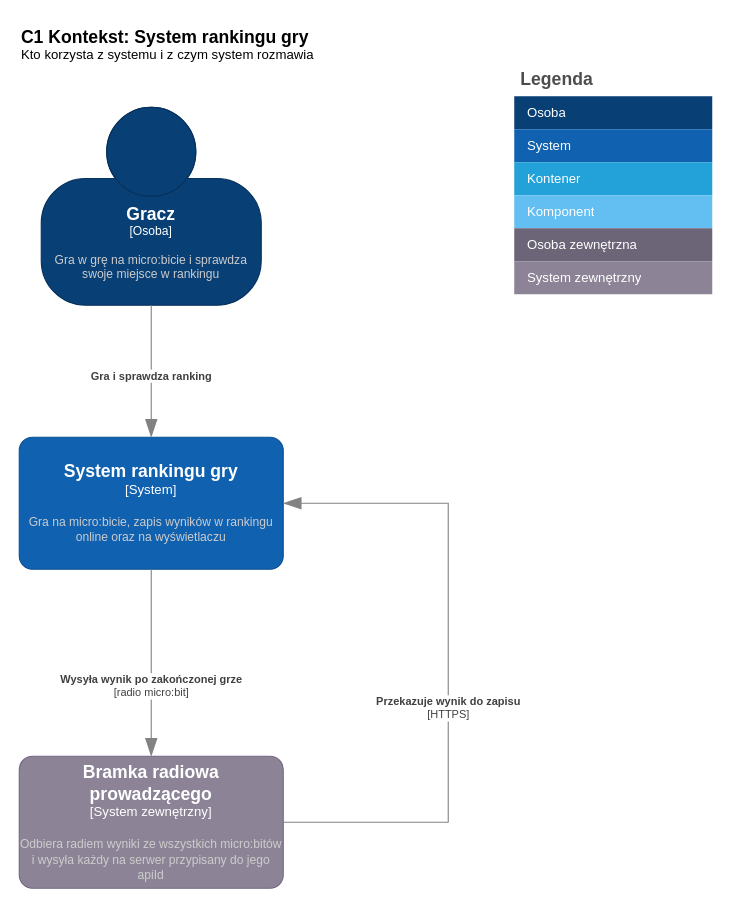
Damikk19/Sem5_JiPP keeps this draw.io diagram as page "C1 Kontekst" (1 of 4) of docs/c4-ranking.drawio. Above is the earlier version. Source tidied: cells renumbered, new cells numbered last; positions are measured from the earlier drawing's top-left corner, leaving out a move shared by most shapes. Both pictures are drawn from the tidied source at 110%, with x=0, y=0 at pixel (19, 19).
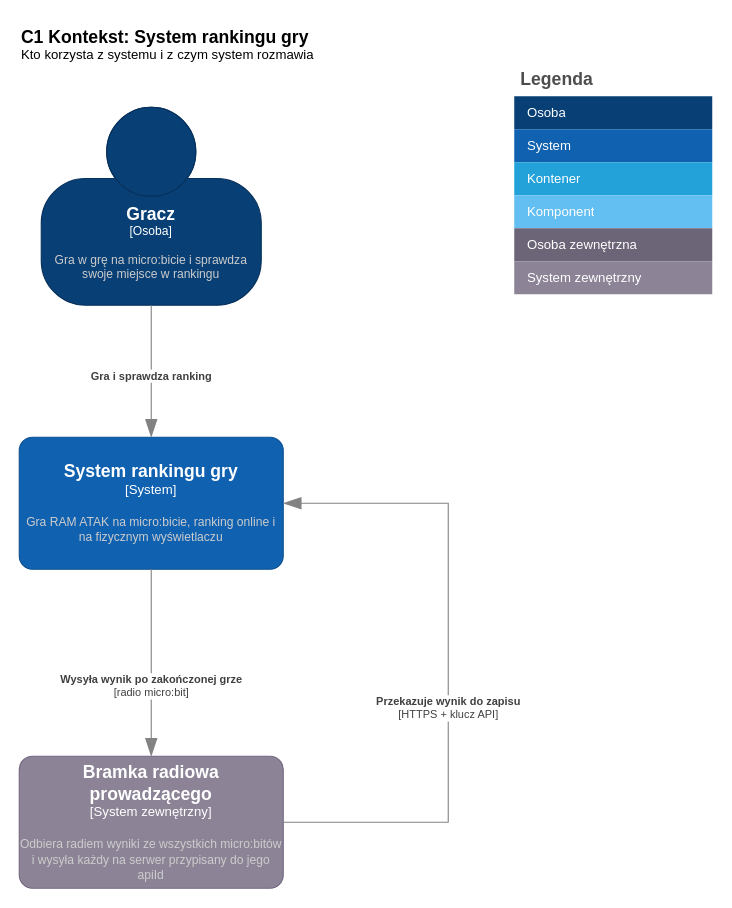
After the change.

Commit message (it also covers changes not shown here):
C4: stan po 13.11 (klucz API, gra RAM ATAK, bez Prismy)

The change refers to these unchanged cells:
```xml
<object id="5" label="&lt;font style=&quot;font-size: 16px&quot;&gt;&lt;b&gt;%c4Name%&lt;/b&gt;&lt;/font&gt;&lt;div&gt;[%c4Type%]&lt;/div&gt;&lt;br&gt;&lt;div&gt;&lt;font style=&quot;font-size: 11px&quot;&gt;&lt;font color=&quot;#cccccc&quot;&gt;%c4Description%&lt;/font&gt;&lt;/div&gt;" c4Description="Odbiera radiem wyniki ze wszystkich micro:bitów i wysyła każdy na serwer przypisany do jego apiId" c4Name="Bramka radiowa prowadzącego" c4Type="System zewnętrzny" placeholders="1">
  <mxCell style="rounded=1;whiteSpace=wrap;html=1;labelBackgroundColor=none;fillColor=#8C8496;fontColor=#ffffff;align=center;arcSize=10;strokeColor=#736782;points=[[0.25,0,0],[0.5,0,0],[0.75,0,0],[1,0.25,0],[1,0.5,0],[1,0.75,0],[0.75,1,0],[0.5,1,0],[0.25,1,0],[0,0.75,0],[0,0.5,0],[0,0.25,0]];" parent="1" vertex="1">
    <mxGeometry y="670" width="240" height="120" as="geometry" />
  </mxCell>
</object>
```

Change to the diagram source:
```diff
@@
-    <object id="4" label="&lt;font style=&quot;font-size: 16px&quot;&gt;&lt;b&gt;%c4Name%&lt;/b&gt;&lt;/font&gt;&lt;div&gt;[%c4Type%]&lt;/div&gt;&lt;br&gt;&lt;div&gt;&lt;font style=&quot;font-size: 11px&quot;&gt;&lt;font color=&quot;#cccccc&quot;&gt;%c4Description%&lt;/font&gt;&lt;/div&gt;" c4Description="Gra na micro:bicie, zapis wyników w rankingu online oraz na wyświetlaczu" c4Name="System rankingu gry" c4Type="System" placeholders="1">
+    <object id="4" label="&lt;font style=&quot;font-size: 16px&quot;&gt;&lt;b&gt;%c4Name%&lt;/b&gt;&lt;/font&gt;&lt;div&gt;[%c4Type%]&lt;/div&gt;&lt;br&gt;&lt;div&gt;&lt;font style=&quot;font-size: 11px&quot;&gt;&lt;font color=&quot;#cccccc&quot;&gt;%c4Description%&lt;/font&gt;&lt;/div&gt;" c4Description="Gra RAM ATAK na micro:bicie, ranking online i na fizycznym wyświetlaczu" c4Name="System rankingu gry" c4Type="System" placeholders="1">
       <mxCell style="rounded=1;whiteSpace=wrap;html=1;labelBackgroundColor=none;fillColor=#1061B0;fontColor=#ffffff;align=center;arcSize=10;strokeColor=#0D5091;points=[[0.25,0,0],[0.5,0,0],[0.75,0,0],[1,0.25,0],[1,0.5,0],[1,0.75,0],[0.75,1,0],[0.5,1,0],[0.25,1,0],[0,0.75,0],[0,0.5,0],[0,0.25,0]];" parent="1" vertex="1">
         <mxGeometry y="380" width="240" height="120" as="geometry" />
       </mxCell>
     </object>
@@
-    <object id="8" label="&lt;div style=&quot;text-align: left&quot;&gt;&lt;div style=&quot;text-align: center&quot;&gt;&lt;b&gt;%c4Description%&lt;/b&gt;&lt;/div&gt;&lt;div style=&quot;text-align: center&quot;&gt;[%c4Technology%]&lt;/div&gt;&lt;/div&gt;" c4Description="Przekazuje wynik do zapisu" c4Technology="HTTPS" placeholders="1">
+    <object id="8" label="&lt;div style=&quot;text-align: left&quot;&gt;&lt;div style=&quot;text-align: center&quot;&gt;&lt;b&gt;%c4Description%&lt;/b&gt;&lt;/div&gt;&lt;div style=&quot;text-align: center&quot;&gt;[%c4Technology%]&lt;/div&gt;&lt;/div&gt;" c4Description="Przekazuje wynik do zapisu" c4Technology="HTTPS + klucz API" placeholders="1">
       <mxCell style="endArrow=blockThin;html=1;fontSize=10;fontColor=#404040;strokeWidth=1;endFill=1;strokeColor=#828282;elbow=vertical;endSize=14;startSize=14;jumpStyle=arc;jumpSize=16;rounded=0;edgeStyle=orthogonalEdgeStyle;defaultLabelBackgroundColor=page;" parent="1" edge="1" source="5" target="4">
         <mxGeometry x="-0.14" relative="1" as="geometry">
           <Array as="points">
             <mxPoint x="390" y="730" />
             <mxPoint x="390" y="440" />
           </Array>
         </mxGeometry>
       </mxCell>
     </object>
```
